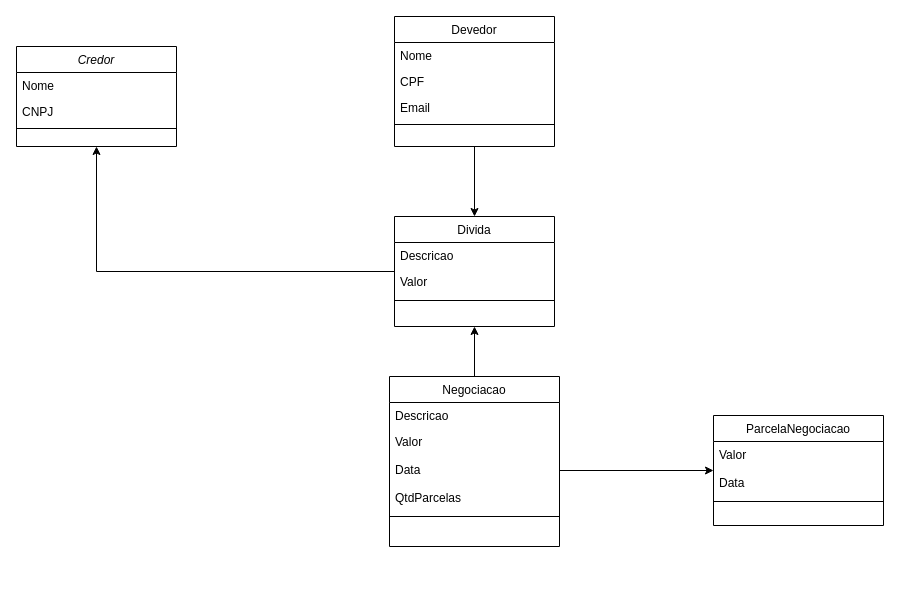
The draw.io diagram Estimativa Cobranca.drawio in caio-bueno/draws-valid, before the edit. Source tidied: cells renumbered, new cells numbered last; positions are measured from the earlier drawing's top-left corner, leaving out a move shared by most shapes. Both pictures are drawn from the tidied source at 100%, with x=0, y=0 at pixel (16, 16).
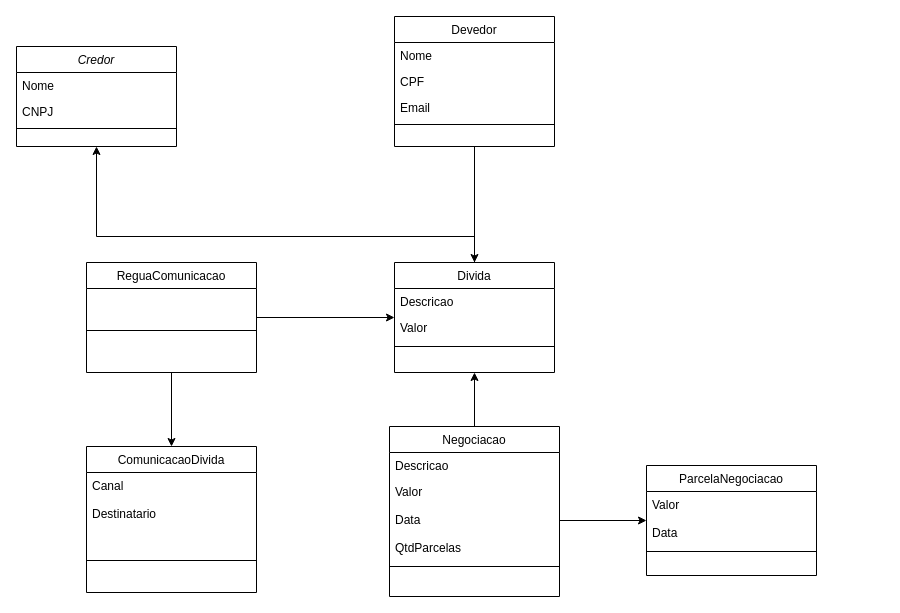
The same diagram, later.

The change refers to these unchanged cells:
```xml
<mxCell id="2" value="Credor" style="swimlane;fontStyle=2;align=center;verticalAlign=top;horizontal=1;startSize=26;rounded=0;shadow=0;strokeWidth=1;" parent="1" vertex="1">
  <mxGeometry y="30" width="160" height="100" as="geometry" />
</mxCell>
```

The edit, as a diff of the source:
```diff
@@
     <mxCell id="6" style="edgeStyle=orthogonalEdgeStyle;rounded=0;jettySize=auto;html=1;" parent="1" edge="1" source="7" target="2">
-      <mxGeometry relative="1" as="geometry" />
+      <mxGeometry relative="1" as="geometry">
+        <Array as="points">
+          <mxPoint x="80" y="220" />
+        </Array>
+      </mxGeometry>
     </mxCell>
     <mxCell id="7" value="Divida" style="swimlane;fontStyle=0;align=center;verticalAlign=top;horizontal=1;startSize=26;rounded=0;shadow=0;strokeWidth=1;" parent="1" vertex="1">
-      <mxGeometry x="378" y="200" width="160" height="110" as="geometry" />
+      <mxGeometry x="378" y="246" width="160" height="110" as="geometry" />
     </mxCell>
@@
     <mxCell id="18" value="Negociacao" style="swimlane;fontStyle=0;align=center;verticalAlign=top;horizontal=1;startSize=26;rounded=0;shadow=0;strokeWidth=1;" parent="1" vertex="1">
-      <mxGeometry x="373" y="360" width="170" height="170" as="geometry" />
+      <mxGeometry x="373" y="410" width="170" height="170" as="geometry" />
     </mxCell>
@@
     <mxCell id="24" value="ParcelaNegociacao" style="swimlane;fontStyle=0;align=center;verticalAlign=top;horizontal=1;startSize=26;rounded=0;shadow=0;strokeWidth=1;" parent="1" vertex="1">
-      <mxGeometry x="697" y="399" width="170" height="110" as="geometry" />
+      <mxGeometry x="630" y="449" width="170" height="110" as="geometry" />
     </mxCell>
@@
+    <mxCell id="29" style="edgeStyle=orthogonalEdgeStyle;rounded=0;jettySize=auto;html=1;" parent="1" edge="1" source="31" target="33">
+      <mxGeometry relative="1" as="geometry" />
+    </mxCell>
+    <mxCell id="30" style="edgeStyle=orthogonalEdgeStyle;rounded=0;jettySize=auto;html=1;" parent="1" edge="1" source="31" target="7">
+      <mxGeometry relative="1" as="geometry" />
+    </mxCell>
+    <mxCell id="31" value="ReguaComunicacao&#10;" style="swimlane;fontStyle=0;align=center;verticalAlign=top;horizontal=1;startSize=26;rounded=0;shadow=0;strokeWidth=1;" parent="1" vertex="1">
+      <mxGeometry x="70" y="246" width="170" height="110" as="geometry" />
+    </mxCell>
+    <mxCell id="32" style="line;html=1;strokeWidth=1;align=left;verticalAlign=middle;spacingTop=-1;spacingLeft=3;spacingRight=3;labelPosition=right;" parent="31" vertex="1">
+      <mxGeometry y="26" width="170" height="84" as="geometry" />
+    </mxCell>
+    <mxCell id="33" value="ComunicacaoDivida&#10;" style="swimlane;fontStyle=0;align=center;verticalAlign=top;horizontal=1;startSize=26;rounded=0;shadow=0;strokeWidth=1;" parent="1" vertex="1">
+      <mxGeometry x="70" y="430" width="170" height="146" as="geometry" />
+    </mxCell>
+    <mxCell id="34" value="Canal" style="text;align=left;verticalAlign=top;spacingLeft=4;spacingRight=4;overflow=hidden;" parent="33" vertex="1">
+      <mxGeometry y="26" width="170" height="28" as="geometry" />
+    </mxCell>
+    <mxCell id="35" value="Destinatario" style="text;align=left;verticalAlign=top;spacingLeft=4;spacingRight=4;overflow=hidden;" parent="33" vertex="1">
+      <mxGeometry y="54" width="170" height="28" as="geometry" />
+    </mxCell>
+    <mxCell id="36" style="line;html=1;strokeWidth=1;align=left;verticalAlign=middle;spacingTop=-1;spacingLeft=3;spacingRight=3;labelPosition=right;" parent="33" vertex="1">
+      <mxGeometry y="82" width="170" height="64" as="geometry" />
+    </mxCell>
```
